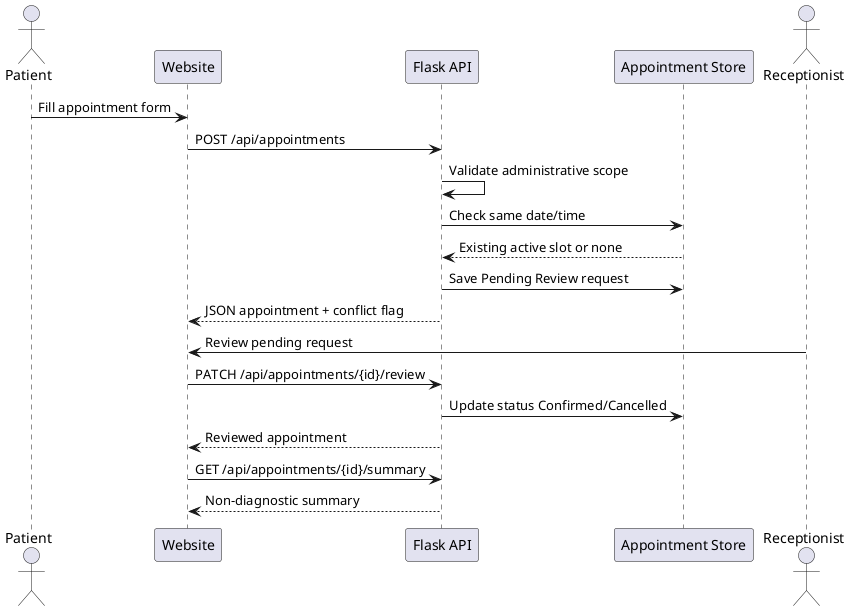
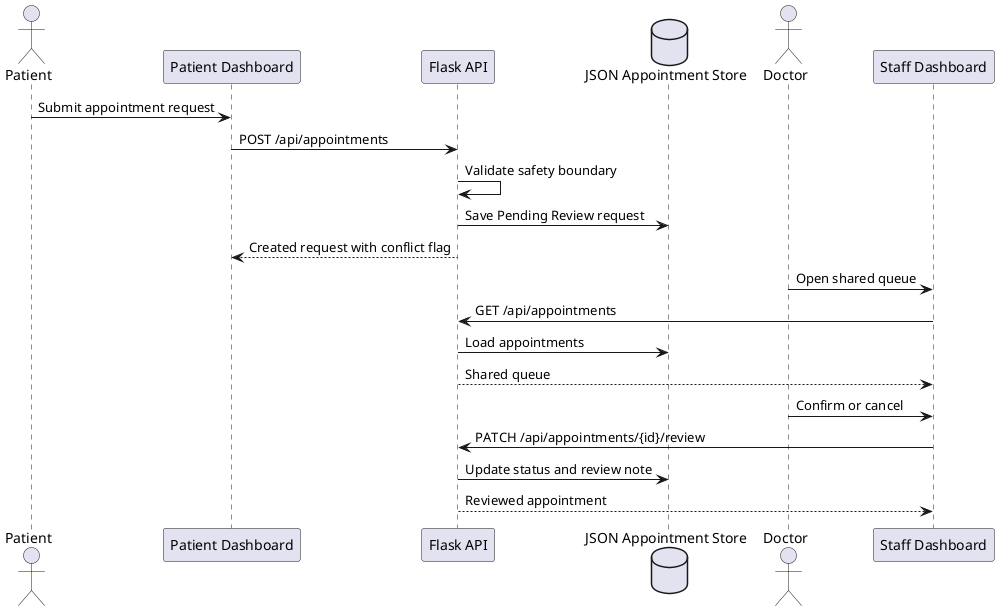
@startuml
actor Patient
- participant "Website" as Frontend
+ participant "Patient Dashboard" as PatientUI
participant "Flask API" as API
- participant "Appointment Store" as Store
- actor Receptionist
+ database "JSON Appointment Store" as Store
+ actor Doctor
+ participant "Staff Dashboard" as StaffUI

- Patient -> Frontend: Fill appointment form
- Frontend -> API: POST /api/appointments
- API -> API: Validate administrative scope
- API -> Store: Check same date/time
- Store --> API: Existing active slot or none
- API -> Store: Save Pending Review request
- API --> Frontend: JSON appointment + conflict flag
- Receptionist -> Frontend: Review pending request
- Frontend -> API: PATCH /api/appointments/{id}/review
- API -> Store: Update status Confirmed/Cancelled
- API --> Frontend: Reviewed appointment
- Frontend -> API: GET /api/appointments/{id}/summary
- API --> Frontend: Non-diagnostic summary
+ Patient -> PatientUI : Submit appointment request
+ PatientUI -> API : POST /api/appointments
+ API -> API : Validate safety boundary
+ API -> Store : Save Pending Review request
+ API --> PatientUI : Created request with conflict flag
+ 
+ Doctor -> StaffUI : Open shared queue
+ StaffUI -> API : GET /api/appointments
+ API -> Store : Load appointments
+ API --> StaffUI : Shared queue
+ Doctor -> StaffUI : Confirm or cancel
+ StaffUI -> API : PATCH /api/appointments/{id}/review
+ API -> Store : Update status and review note
+ API --> StaffUI : Reviewed appointment
@enduml
